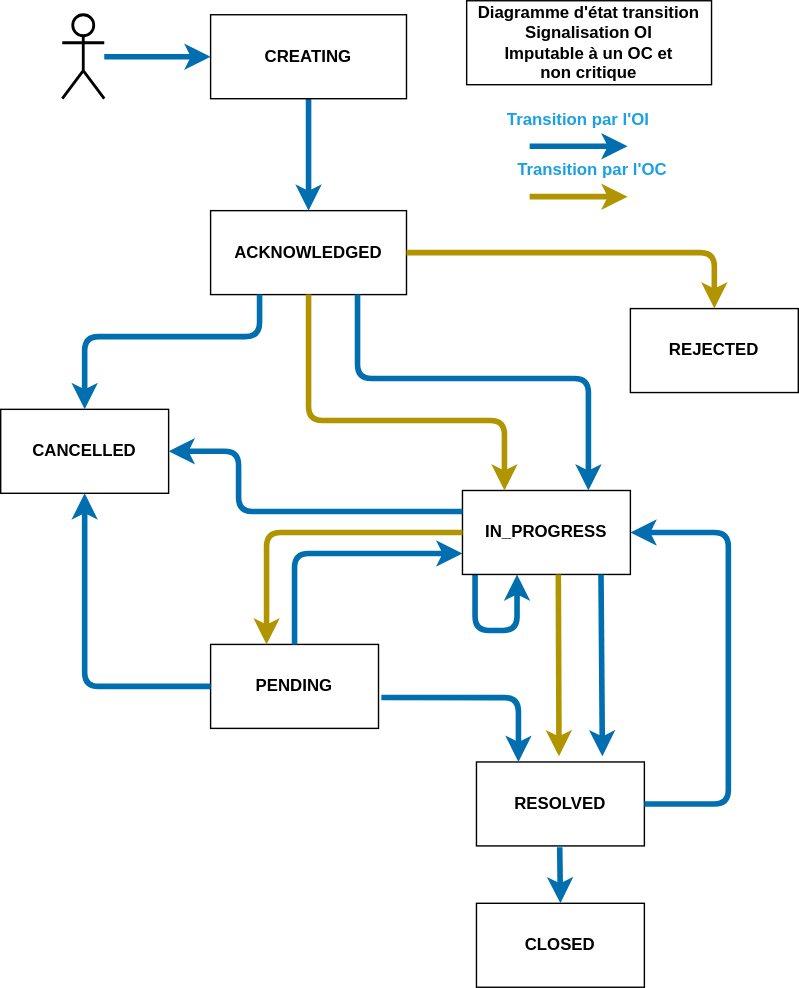
before-interop/malfacon keeps this draw.io diagram as statusOiOcImput.drawio.svg. Above is the earlier version. Source tidied: cells renumbered, new cells last; positions are measured from the earlier drawing's top-left corner, leaving out a move shared by most shapes.
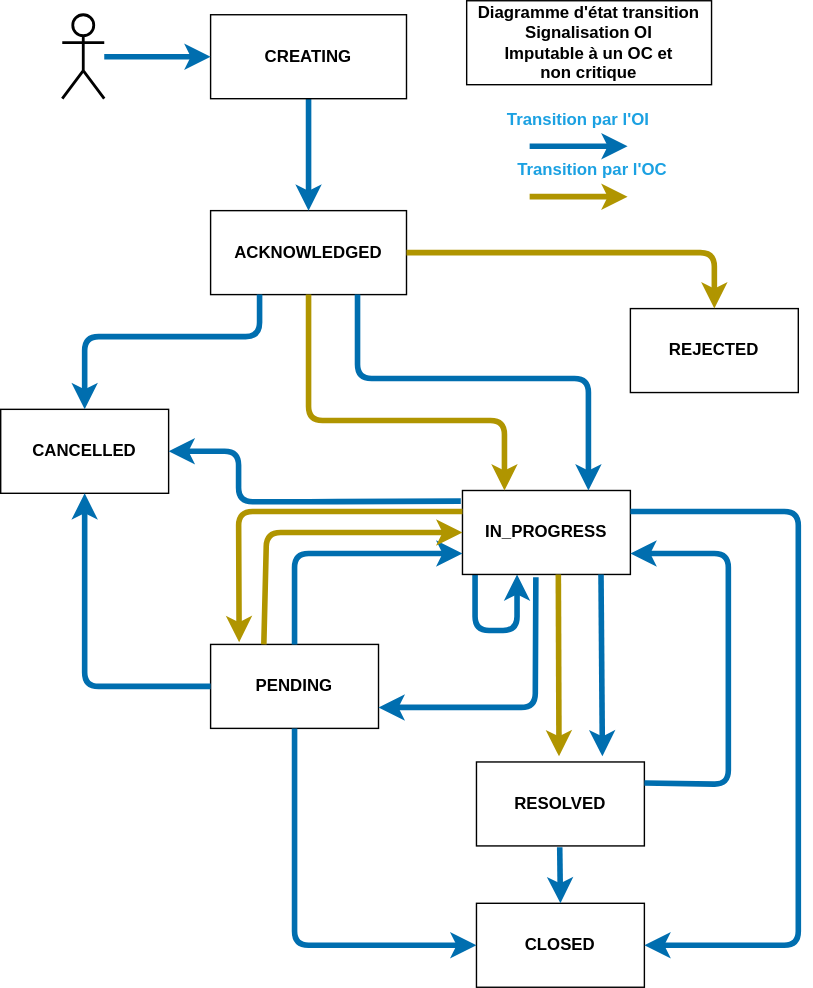
After the commit.

Change to the diagram source:
```diff
@@ -38,11 +38,10 @@
         </Array>
       </mxGeometry>
     </mxCell>
-    <mxCell id="10" style="edgeStyle=none;html=1;fillColor=#e3c800;strokeColor=#B09500;strokeWidth=4;exitX=0;exitY=0.5;exitDx=0;exitDy=0;" parent="1" edge="1" source="4">
+    <mxCell id="10" style="edgeStyle=none;html=1;fillColor=#e3c800;strokeColor=#B09500;strokeWidth=4;exitX=0;exitY=0.25;exitDx=0;exitDy=0;entryX=0.17;entryY=-0.027;entryDx=0;entryDy=0;entryPerimeter=0;" parent="1" edge="1" source="4" target="5">
       <mxGeometry relative="1" as="geometry">
-        <mxPoint x="190" y="460" as="targetPoint" />
         <Array as="points">
-          <mxPoint x="190" y="380" />
+          <mxPoint x="170" y="365" />
         </Array>
       </mxGeometry>
     </mxCell>
@@ -65,11 +64,11 @@
         <mxPoint x="430" y="540" as="targetPoint" />
       </mxGeometry>
     </mxCell>
-    <mxCell id="14" style="edgeStyle=none;html=1;entryX=1;entryY=0.5;entryDx=0;entryDy=0;fillColor=#1ba1e2;strokeColor=#006EAF;strokeWidth=4;exitX=1;exitY=0.5;exitDx=0;exitDy=0;" parent="1" edge="1" source="6" target="4">
+    <mxCell id="14" style="edgeStyle=none;html=1;entryX=1;entryY=0.75;entryDx=0;entryDy=0;fillColor=#1ba1e2;strokeColor=#006EAF;strokeWidth=4;exitX=1;exitY=0.25;exitDx=0;exitDy=0;" parent="1" edge="1" source="6" target="4">
       <mxGeometry relative="1" as="geometry">
         <Array as="points">
-          <mxPoint x="520" y="574" />
-          <mxPoint x="520" y="380" />
+          <mxPoint x="520" y="560" />
+          <mxPoint x="520" y="395" />
         </Array>
       </mxGeometry>
     </mxCell>
@@ -97,10 +96,11 @@
         </Array>
       </mxGeometry>
     </mxCell>
-    <mxCell id="19" style="edgeStyle=none;html=1;fillColor=#1ba1e2;strokeColor=#006EAF;strokeWidth=4;exitX=0;exitY=0.25;exitDx=0;exitDy=0;entryX=1;entryY=0.5;entryDx=0;entryDy=0;" parent="1" edge="1" source="4" target="16">
+    <mxCell id="19" style="edgeStyle=none;html=1;fillColor=#1ba1e2;strokeColor=#006EAF;strokeWidth=4;exitX=-0.01;exitY=0.127;exitDx=0;exitDy=0;entryX=1;entryY=0.5;entryDx=0;entryDy=0;exitPerimeter=0;" parent="1" edge="1" source="4" target="16">
       <mxGeometry relative="1" as="geometry">
         <Array as="points">
-          <mxPoint x="170" y="365" />
+          <mxPoint x="230" y="358" />
+          <mxPoint x="170" y="358" />
           <mxPoint x="170" y="322" />
         </Array>
       </mxGeometry>
@@ -150,13 +150,6 @@
     <mxCell id="29" style="endArrow=classic;html=1;strokeWidth=4;fillColor=#1ba1e2;strokeColor=#006EAF;entryX=0;entryY=0.5;entryDx=0;entryDy=0;" parent="1" edge="1" source="8" target="28">
       <mxGeometry relative="1" as="geometry" />
     </mxCell>
-    <mxCell id="30" style="edgeStyle=none;html=1;fillColor=#1ba1e2;strokeColor=#006EAF;strokeWidth=4;exitX=1.017;exitY=0.633;exitDx=0;exitDy=0;entryX=0.25;entryY=0;entryDx=0;entryDy=0;exitPerimeter=0;" parent="1" edge="1" source="5" target="6">
-      <mxGeometry relative="1" as="geometry">
-        <Array as="points">
-          <mxPoint x="370" y="498" />
-        </Array>
-      </mxGeometry>
-    </mxCell>
     <mxCell id="31" style="endArrow=classic;html=1;strokeWidth=4;fillColor=#1ba1e2;strokeColor=#006EAF;exitX=0.75;exitY=1;exitDx=0;exitDy=0;entryX=0.75;entryY=0;entryDx=0;entryDy=0;" parent="1" edge="1" source="2" target="4">
       <mxGeometry relative="1" as="geometry">
         <Array as="points">
@@ -165,5 +158,34 @@
         </Array>
       </mxGeometry>
     </mxCell>
+    <mxCell id="32" style="edgeStyle=none;html=1;fillColor=#1ba1e2;strokeColor=#006EAF;strokeWidth=4;exitX=0.437;exitY=1.033;exitDx=0;exitDy=0;entryX=1;entryY=0.75;entryDx=0;entryDy=0;exitPerimeter=0;" parent="1" edge="1" source="4" target="5">
+      <mxGeometry relative="1" as="geometry">
+        <Array as="points">
+          <mxPoint x="382" y="505" />
+        </Array>
+      </mxGeometry>
+    </mxCell>
+    <mxCell id="33" style="edgeStyle=none;html=1;fillColor=#1ba1e2;strokeColor=#006EAF;strokeWidth=4;exitX=1;exitY=0.25;exitDx=0;exitDy=0;entryX=1;entryY=0.5;entryDx=0;entryDy=0;" parent="1" edge="1" source="4" target="7">
+      <mxGeometry relative="1" as="geometry">
+        <Array as="points">
+          <mxPoint x="570" y="365" />
+          <mxPoint x="570" y="675" />
+        </Array>
+      </mxGeometry>
+    </mxCell>
+    <mxCell id="34" style="edgeStyle=none;html=1;fillColor=#1ba1e2;strokeColor=#006EAF;strokeWidth=4;exitX=0.5;exitY=1;exitDx=0;exitDy=0;entryX=0;entryY=0.5;entryDx=0;entryDy=0;" parent="1" edge="1" source="5" target="7">
+      <mxGeometry relative="1" as="geometry">
+        <Array as="points">
+          <mxPoint x="210" y="675" />
+        </Array>
+      </mxGeometry>
+    </mxCell>
+    <mxCell id="35" style="edgeStyle=none;html=1;fillColor=#e3c800;strokeColor=#B09500;strokeWidth=4;entryX=0;entryY=0.5;entryDx=0;entryDy=0;exitX=0.317;exitY=0;exitDx=0;exitDy=0;exitPerimeter=0;" parent="1" edge="1" source="5" target="4">
+      <mxGeometry relative="1" as="geometry">
+        <Array as="points">
+          <mxPoint x="190" y="380" />
+        </Array>
+      </mxGeometry>
+    </mxCell>
   </root>
 </mxGraphModel>
```
